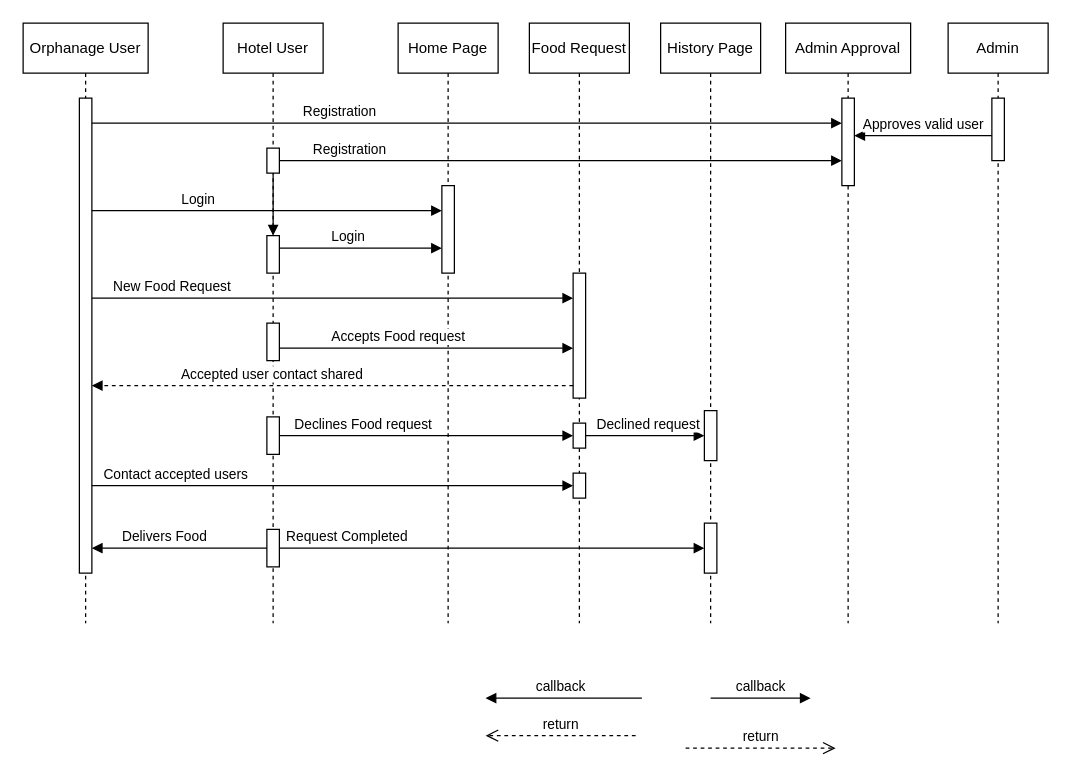
This is sequenceDiagram.drawio from Sriram-V-99/MCA-Project-, a draw.io file, before an edit. Source tidied: cells renumbered, new cells numbered last; positions are measured from the earlier drawing's top-left corner, leaving out a move shared by most shapes. Both pictures are drawn from the tidied source at 125%, with x=0, y=0 at pixel (22, 22).
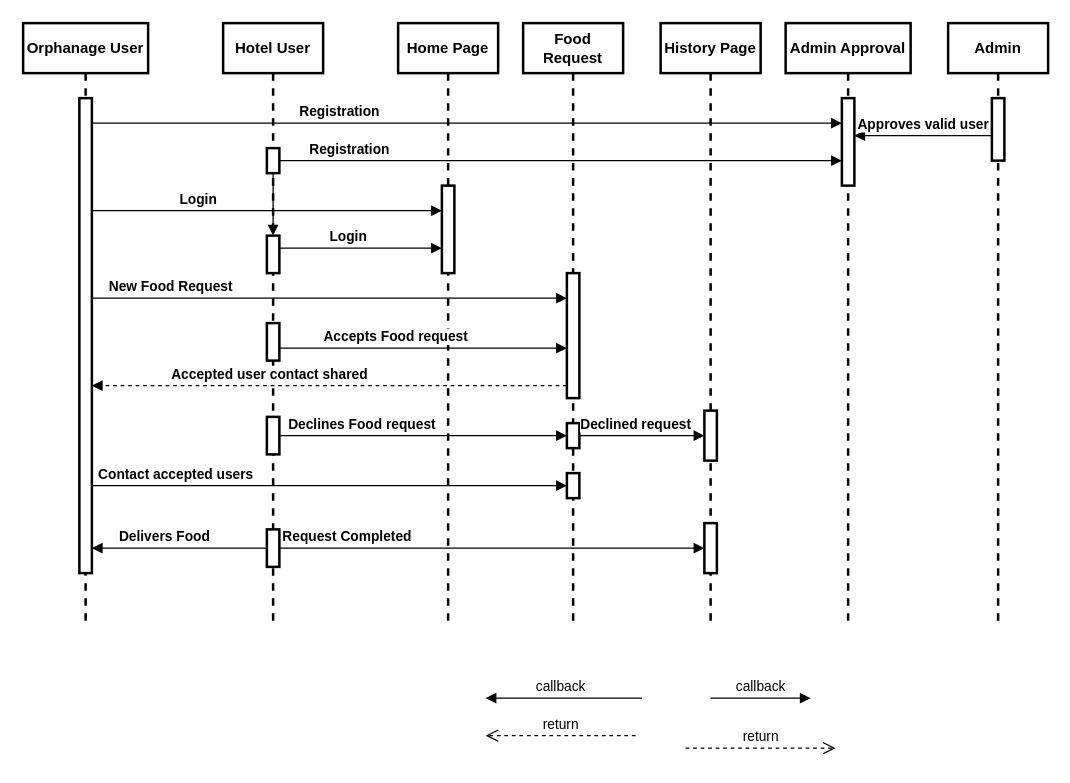
The same page after the edit.

The edit, as a diff of the source:
```diff
@@
-    <mxCell id="2" value="Registration" style="html=1;verticalAlign=bottom;endArrow=block;edgeStyle=elbowEdgeStyle;elbow=vertical;curved=0;rounded=0;" parent="1" edge="1" source="6" target="25">
+    <mxCell id="2" value="&lt;b&gt;Registration&lt;/b&gt;" style="html=1;verticalAlign=bottom;endArrow=block;edgeStyle=elbowEdgeStyle;elbow=vertical;curved=0;rounded=0;" parent="1" edge="1" source="6" target="25">
       <mxGeometry x="-0.75" relative="1" as="geometry" />
     </mxCell>
-    <mxCell id="3" value="Orphanage User" style="shape=umlLifeline;perimeter=lifelinePerimeter;whiteSpace=wrap;html=1;newEdgeStyle={&quot;edgeStyle&quot;:&quot;elbowEdgeStyle&quot;,&quot;elbow&quot;:&quot;vertical&quot;,&quot;curved&quot;:0,&quot;rounded&quot;:0};" parent="1" vertex="1">
+    <mxCell id="3" value="&lt;b&gt;Orphanage User&lt;/b&gt;" style="shape=umlLifeline;perimeter=lifelinePerimeter;whiteSpace=wrap;html=1;newEdgeStyle={&quot;edgeStyle&quot;:&quot;elbowEdgeStyle&quot;,&quot;elbow&quot;:&quot;vertical&quot;,&quot;curved&quot;:0,&quot;rounded&quot;:0};strokeWidth=2;" parent="1" vertex="1">
       <mxGeometry width="100" height="480" as="geometry" />
     </mxCell>
-    <mxCell id="4" style="html=1;points=[];perimeter=orthogonalPerimeter;outlineConnect=0;targetShapes=umlLifeline;portConstraint=eastwest;newEdgeStyle={&quot;edgeStyle&quot;:&quot;elbowEdgeStyle&quot;,&quot;elbow&quot;:&quot;vertical&quot;,&quot;curved&quot;:0,&quot;rounded&quot;:0};" parent="3" vertex="1">
+    <mxCell id="4" style="html=1;points=[];perimeter=orthogonalPerimeter;outlineConnect=0;targetShapes=umlLifeline;portConstraint=eastwest;newEdgeStyle={&quot;edgeStyle&quot;:&quot;elbowEdgeStyle&quot;,&quot;elbow&quot;:&quot;vertical&quot;,&quot;curved&quot;:0,&quot;rounded&quot;:0};strokeWidth=2;" parent="3" vertex="1">
       <mxGeometry x="45" y="60" width="10" height="380" as="geometry" />
     </mxCell>
-    <mxCell id="5" value="Hotel User" style="shape=umlLifeline;perimeter=lifelinePerimeter;whiteSpace=wrap;html=1;newEdgeStyle={&quot;edgeStyle&quot;:&quot;elbowEdgeStyle&quot;,&quot;elbow&quot;:&quot;vertical&quot;,&quot;curved&quot;:0,&quot;rounded&quot;:0};" parent="1" vertex="1">
+    <mxCell id="5" value="&lt;b&gt;Hotel User&lt;/b&gt;" style="shape=umlLifeline;perimeter=lifelinePerimeter;whiteSpace=wrap;html=1;newEdgeStyle={&quot;edgeStyle&quot;:&quot;elbowEdgeStyle&quot;,&quot;elbow&quot;:&quot;vertical&quot;,&quot;curved&quot;:0,&quot;rounded&quot;:0};strokeWidth=2;" parent="1" vertex="1">
       <mxGeometry x="160" width="80" height="480" as="geometry" />
     </mxCell>
-    <mxCell id="6" style="html=1;points=[];perimeter=orthogonalPerimeter;outlineConnect=0;targetShapes=umlLifeline;portConstraint=eastwest;newEdgeStyle={&quot;edgeStyle&quot;:&quot;elbowEdgeStyle&quot;,&quot;elbow&quot;:&quot;vertical&quot;,&quot;curved&quot;:0,&quot;rounded&quot;:0};" parent="5" vertex="1">
+    <mxCell id="6" style="html=1;points=[];perimeter=orthogonalPerimeter;outlineConnect=0;targetShapes=umlLifeline;portConstraint=eastwest;newEdgeStyle={&quot;edgeStyle&quot;:&quot;elbowEdgeStyle&quot;,&quot;elbow&quot;:&quot;vertical&quot;,&quot;curved&quot;:0,&quot;rounded&quot;:0};strokeWidth=2;" parent="5" vertex="1">
       <mxGeometry x="35" y="100" width="10" height="20" as="geometry" />
     </mxCell>
-    <mxCell id="7" style="html=1;points=[];perimeter=orthogonalPerimeter;outlineConnect=0;targetShapes=umlLifeline;portConstraint=eastwest;newEdgeStyle={&quot;edgeStyle&quot;:&quot;elbowEdgeStyle&quot;,&quot;elbow&quot;:&quot;vertical&quot;,&quot;curved&quot;:0,&quot;rounded&quot;:0};" parent="5" vertex="1">
+    <mxCell id="7" style="html=1;points=[];perimeter=orthogonalPerimeter;outlineConnect=0;targetShapes=umlLifeline;portConstraint=eastwest;newEdgeStyle={&quot;edgeStyle&quot;:&quot;elbowEdgeStyle&quot;,&quot;elbow&quot;:&quot;vertical&quot;,&quot;curved&quot;:0,&quot;rounded&quot;:0};strokeWidth=2;" parent="5" vertex="1">
       <mxGeometry x="35" y="405" width="10" height="30" as="geometry" />
     </mxCell>
-    <mxCell id="8" style="html=1;perimeter=orthogonalPerimeter;targetShapes=umlLifeline;newEdgeStyle={&quot;edgeStyle&quot;:&quot;elbowEdgeStyle&quot;,&quot;elbow&quot;:&quot;vertical&quot;,&quot;curved&quot;:0,&quot;rounded&quot;:0};" parent="5" vertex="1">
+    <mxCell id="8" style="html=1;perimeter=orthogonalPerimeter;targetShapes=umlLifeline;newEdgeStyle={&quot;edgeStyle&quot;:&quot;elbowEdgeStyle&quot;,&quot;elbow&quot;:&quot;vertical&quot;,&quot;curved&quot;:0,&quot;rounded&quot;:0};strokeWidth=2;" parent="5" vertex="1">
       <mxGeometry x="35" y="315" width="10" height="30" as="geometry" />
     </mxCell>
-    <mxCell id="9" style="html=1;perimeter=orthogonalPerimeter;targetShapes=umlLifeline;newEdgeStyle={&quot;edgeStyle&quot;:&quot;elbowEdgeStyle&quot;,&quot;elbow&quot;:&quot;vertical&quot;,&quot;curved&quot;:0,&quot;rounded&quot;:0};" parent="5" vertex="1">
+    <mxCell id="9" style="html=1;perimeter=orthogonalPerimeter;targetShapes=umlLifeline;newEdgeStyle={&quot;edgeStyle&quot;:&quot;elbowEdgeStyle&quot;,&quot;elbow&quot;:&quot;vertical&quot;,&quot;curved&quot;:0,&quot;rounded&quot;:0};strokeWidth=2;" parent="5" vertex="1">
       <mxGeometry x="35" y="240" width="10" height="30" as="geometry" />
     </mxCell>
-    <mxCell id="10" style="html=1;points=[];perimeter=orthogonalPerimeter;outlineConnect=0;targetShapes=umlLifeline;portConstraint=eastwest;newEdgeStyle={&quot;edgeStyle&quot;:&quot;elbowEdgeStyle&quot;,&quot;elbow&quot;:&quot;vertical&quot;,&quot;curved&quot;:0,&quot;rounded&quot;:0};" parent="5" vertex="1">
+    <mxCell id="10" style="html=1;points=[];perimeter=orthogonalPerimeter;outlineConnect=0;targetShapes=umlLifeline;portConstraint=eastwest;newEdgeStyle={&quot;edgeStyle&quot;:&quot;elbowEdgeStyle&quot;,&quot;elbow&quot;:&quot;vertical&quot;,&quot;curved&quot;:0,&quot;rounded&quot;:0};strokeWidth=2;" parent="5" vertex="1">
       <mxGeometry x="35" y="170" width="10" height="30" as="geometry" />
     </mxCell>
@@
-    <mxCell id="15" value="Admin" style="shape=umlLifeline;perimeter=lifelinePerimeter;whiteSpace=wrap;html=1;newEdgeStyle={&quot;edgeStyle&quot;:&quot;elbowEdgeStyle&quot;,&quot;elbow&quot;:&quot;vertical&quot;,&quot;curved&quot;:0,&quot;rounded&quot;:0};" parent="1" vertex="1">
+    <mxCell id="15" value="&lt;b&gt;Admin&lt;/b&gt;" style="shape=umlLifeline;perimeter=lifelinePerimeter;whiteSpace=wrap;html=1;newEdgeStyle={&quot;edgeStyle&quot;:&quot;elbowEdgeStyle&quot;,&quot;elbow&quot;:&quot;vertical&quot;,&quot;curved&quot;:0,&quot;rounded&quot;:0};strokeWidth=2;" parent="1" vertex="1">
       <mxGeometry x="740" width="80" height="480" as="geometry" />
     </mxCell>
-    <mxCell id="16" style="html=1;points=[];perimeter=orthogonalPerimeter;outlineConnect=0;targetShapes=umlLifeline;portConstraint=eastwest;newEdgeStyle={&quot;edgeStyle&quot;:&quot;elbowEdgeStyle&quot;,&quot;elbow&quot;:&quot;vertical&quot;,&quot;curved&quot;:0,&quot;rounded&quot;:0};" parent="15" vertex="1">
+    <mxCell id="16" style="html=1;points=[];perimeter=orthogonalPerimeter;outlineConnect=0;targetShapes=umlLifeline;portConstraint=eastwest;newEdgeStyle={&quot;edgeStyle&quot;:&quot;elbowEdgeStyle&quot;,&quot;elbow&quot;:&quot;vertical&quot;,&quot;curved&quot;:0,&quot;rounded&quot;:0};strokeWidth=2;" parent="15" vertex="1">
       <mxGeometry x="35" y="60" width="10" height="50" as="geometry" />
     </mxCell>
-    <mxCell id="17" value="Food Request" style="shape=umlLifeline;perimeter=lifelinePerimeter;whiteSpace=wrap;html=1;newEdgeStyle={&quot;edgeStyle&quot;:&quot;elbowEdgeStyle&quot;,&quot;elbow&quot;:&quot;vertical&quot;,&quot;curved&quot;:0,&quot;rounded&quot;:0};" parent="1" vertex="1">
-      <mxGeometry x="405" width="80" height="480" as="geometry" />
+    <mxCell id="17" value="&lt;b&gt;Food Request&lt;/b&gt;" style="shape=umlLifeline;perimeter=lifelinePerimeter;whiteSpace=wrap;html=1;newEdgeStyle={&quot;edgeStyle&quot;:&quot;elbowEdgeStyle&quot;,&quot;elbow&quot;:&quot;vertical&quot;,&quot;curved&quot;:0,&quot;rounded&quot;:0};strokeWidth=2;" parent="1" vertex="1">
+      <mxGeometry x="400" width="80" height="480" as="geometry" />
     </mxCell>
-    <mxCell id="18" style="html=1;points=[];perimeter=orthogonalPerimeter;outlineConnect=0;targetShapes=umlLifeline;portConstraint=eastwest;newEdgeStyle={&quot;edgeStyle&quot;:&quot;elbowEdgeStyle&quot;,&quot;elbow&quot;:&quot;vertical&quot;,&quot;curved&quot;:0,&quot;rounded&quot;:0};" parent="17" vertex="1">
+    <mxCell id="18" style="html=1;points=[];perimeter=orthogonalPerimeter;outlineConnect=0;targetShapes=umlLifeline;portConstraint=eastwest;newEdgeStyle={&quot;edgeStyle&quot;:&quot;elbowEdgeStyle&quot;,&quot;elbow&quot;:&quot;vertical&quot;,&quot;curved&quot;:0,&quot;rounded&quot;:0};strokeWidth=2;" parent="17" vertex="1">
       <mxGeometry x="35" y="200" width="10" height="100" as="geometry" />
     </mxCell>
-    <mxCell id="19" style="html=1;points=[];perimeter=orthogonalPerimeter;outlineConnect=0;targetShapes=umlLifeline;portConstraint=eastwest;newEdgeStyle={&quot;edgeStyle&quot;:&quot;elbowEdgeStyle&quot;,&quot;elbow&quot;:&quot;vertical&quot;,&quot;curved&quot;:0,&quot;rounded&quot;:0};" parent="17" vertex="1">
+    <mxCell id="19" style="html=1;points=[];perimeter=orthogonalPerimeter;outlineConnect=0;targetShapes=umlLifeline;portConstraint=eastwest;newEdgeStyle={&quot;edgeStyle&quot;:&quot;elbowEdgeStyle&quot;,&quot;elbow&quot;:&quot;vertical&quot;,&quot;curved&quot;:0,&quot;rounded&quot;:0};strokeWidth=2;" parent="17" vertex="1">
       <mxGeometry x="35" y="320" width="10" height="20" as="geometry" />
     </mxCell>
-    <mxCell id="20" style="html=1;points=[];perimeter=orthogonalPerimeter;outlineConnect=0;targetShapes=umlLifeline;portConstraint=eastwest;newEdgeStyle={&quot;edgeStyle&quot;:&quot;elbowEdgeStyle&quot;,&quot;elbow&quot;:&quot;vertical&quot;,&quot;curved&quot;:0,&quot;rounded&quot;:0};" parent="17" vertex="1">
+    <mxCell id="20" style="html=1;points=[];perimeter=orthogonalPerimeter;outlineConnect=0;targetShapes=umlLifeline;portConstraint=eastwest;newEdgeStyle={&quot;edgeStyle&quot;:&quot;elbowEdgeStyle&quot;,&quot;elbow&quot;:&quot;vertical&quot;,&quot;curved&quot;:0,&quot;rounded&quot;:0};strokeWidth=2;" parent="17" vertex="1">
       <mxGeometry x="35" y="360" width="10" height="20" as="geometry" />
     </mxCell>
-    <mxCell id="21" value="History Page" style="shape=umlLifeline;perimeter=lifelinePerimeter;whiteSpace=wrap;html=1;newEdgeStyle={&quot;edgeStyle&quot;:&quot;elbowEdgeStyle&quot;,&quot;elbow&quot;:&quot;vertical&quot;,&quot;curved&quot;:0,&quot;rounded&quot;:0};" parent="1" vertex="1">
+    <mxCell id="21" value="&lt;b&gt;History Page&lt;/b&gt;" style="shape=umlLifeline;perimeter=lifelinePerimeter;whiteSpace=wrap;html=1;newEdgeStyle={&quot;edgeStyle&quot;:&quot;elbowEdgeStyle&quot;,&quot;elbow&quot;:&quot;vertical&quot;,&quot;curved&quot;:0,&quot;rounded&quot;:0};strokeWidth=2;" parent="1" vertex="1">
       <mxGeometry x="510" width="80" height="480" as="geometry" />
     </mxCell>
-    <mxCell id="22" style="html=1;perimeter=orthogonalPerimeter;targetShapes=umlLifeline;newEdgeStyle={&quot;edgeStyle&quot;:&quot;elbowEdgeStyle&quot;,&quot;elbow&quot;:&quot;vertical&quot;,&quot;curved&quot;:0,&quot;rounded&quot;:0};" parent="21" vertex="1">
+    <mxCell id="22" style="html=1;perimeter=orthogonalPerimeter;targetShapes=umlLifeline;newEdgeStyle={&quot;edgeStyle&quot;:&quot;elbowEdgeStyle&quot;,&quot;elbow&quot;:&quot;vertical&quot;,&quot;curved&quot;:0,&quot;rounded&quot;:0};strokeWidth=2;" parent="21" vertex="1">
       <mxGeometry x="35" y="310" width="10" height="40" as="geometry" />
     </mxCell>
-    <mxCell id="23" style="html=1;points=[];perimeter=orthogonalPerimeter;outlineConnect=0;targetShapes=umlLifeline;portConstraint=eastwest;newEdgeStyle={&quot;edgeStyle&quot;:&quot;elbowEdgeStyle&quot;,&quot;elbow&quot;:&quot;vertical&quot;,&quot;curved&quot;:0,&quot;rounded&quot;:0};" parent="21" vertex="1">
+    <mxCell id="23" style="html=1;points=[];perimeter=orthogonalPerimeter;outlineConnect=0;targetShapes=umlLifeline;portConstraint=eastwest;newEdgeStyle={&quot;edgeStyle&quot;:&quot;elbowEdgeStyle&quot;,&quot;elbow&quot;:&quot;vertical&quot;,&quot;curved&quot;:0,&quot;rounded&quot;:0};strokeWidth=2;" parent="21" vertex="1">
       <mxGeometry x="35" y="400" width="10" height="40" as="geometry" />
     </mxCell>
-    <mxCell id="24" value="Admin Approval" style="shape=umlLifeline;perimeter=lifelinePerimeter;whiteSpace=wrap;html=1;newEdgeStyle={&quot;edgeStyle&quot;:&quot;elbowEdgeStyle&quot;,&quot;elbow&quot;:&quot;vertical&quot;,&quot;curved&quot;:0,&quot;rounded&quot;:0};" parent="1" vertex="1">
+    <mxCell id="24" value="&lt;b&gt;Admin Approval&lt;/b&gt;" style="shape=umlLifeline;perimeter=lifelinePerimeter;whiteSpace=wrap;html=1;newEdgeStyle={&quot;edgeStyle&quot;:&quot;elbowEdgeStyle&quot;,&quot;elbow&quot;:&quot;vertical&quot;,&quot;curved&quot;:0,&quot;rounded&quot;:0};strokeWidth=2;" parent="1" vertex="1">
       <mxGeometry x="610" width="100" height="480" as="geometry" />
     </mxCell>
-    <mxCell id="25" style="html=1;points=[];perimeter=orthogonalPerimeter;outlineConnect=0;targetShapes=umlLifeline;portConstraint=eastwest;newEdgeStyle={&quot;edgeStyle&quot;:&quot;elbowEdgeStyle&quot;,&quot;elbow&quot;:&quot;vertical&quot;,&quot;curved&quot;:0,&quot;rounded&quot;:0};" parent="24" vertex="1">
+    <mxCell id="25" style="html=1;points=[];perimeter=orthogonalPerimeter;outlineConnect=0;targetShapes=umlLifeline;portConstraint=eastwest;newEdgeStyle={&quot;edgeStyle&quot;:&quot;elbowEdgeStyle&quot;,&quot;elbow&quot;:&quot;vertical&quot;,&quot;curved&quot;:0,&quot;rounded&quot;:0};strokeWidth=2;" parent="24" vertex="1">
       <mxGeometry x="45" y="60" width="10" height="70" as="geometry" />
     </mxCell>
-    <mxCell id="26" value="Approves valid user" style="html=1;verticalAlign=bottom;endArrow=block;edgeStyle=elbowEdgeStyle;elbow=vertical;curved=0;rounded=0;" parent="1" edge="1" source="16" target="25">
+    <mxCell id="26" value="&lt;b&gt;Approves valid user&lt;/b&gt;" style="html=1;verticalAlign=bottom;endArrow=block;edgeStyle=elbowEdgeStyle;elbow=vertical;curved=0;rounded=0;" parent="1" edge="1" source="16" target="25">
       <mxGeometry relative="1" as="geometry">
         <Array as="points">
           <mxPoint x="730" y="90" />
         </Array>
       </mxGeometry>
     </mxCell>
@@
-    <mxCell id="28" value="Home Page" style="shape=umlLifeline;perimeter=lifelinePerimeter;whiteSpace=wrap;html=1;newEdgeStyle={&quot;edgeStyle&quot;:&quot;elbowEdgeStyle&quot;,&quot;elbow&quot;:&quot;vertical&quot;,&quot;curved&quot;:0,&quot;rounded&quot;:0};" parent="1" vertex="1">
+    <mxCell id="28" value="&lt;b&gt;Home Page&lt;/b&gt;" style="shape=umlLifeline;perimeter=lifelinePerimeter;whiteSpace=wrap;html=1;newEdgeStyle={&quot;edgeStyle&quot;:&quot;elbowEdgeStyle&quot;,&quot;elbow&quot;:&quot;vertical&quot;,&quot;curved&quot;:0,&quot;rounded&quot;:0};strokeWidth=2;" parent="1" vertex="1">
       <mxGeometry x="300" width="80" height="480" as="geometry" />
     </mxCell>
-    <mxCell id="29" style="html=1;perimeter=orthogonalPerimeter;targetShapes=umlLifeline;newEdgeStyle={&quot;edgeStyle&quot;:&quot;elbowEdgeStyle&quot;,&quot;elbow&quot;:&quot;vertical&quot;,&quot;curved&quot;:0,&quot;rounded&quot;:0};" parent="28" vertex="1">
+    <mxCell id="29" style="html=1;perimeter=orthogonalPerimeter;targetShapes=umlLifeline;newEdgeStyle={&quot;edgeStyle&quot;:&quot;elbowEdgeStyle&quot;,&quot;elbow&quot;:&quot;vertical&quot;,&quot;curved&quot;:0,&quot;rounded&quot;:0};strokeWidth=2;" parent="28" vertex="1">
       <mxGeometry x="35" y="130" width="10" height="70" as="geometry" />
     </mxCell>
-    <mxCell id="30" value="Login" style="html=1;verticalAlign=bottom;endArrow=block;edgeStyle=elbowEdgeStyle;elbow=vertical;curved=0;rounded=0;" parent="1" edge="1" source="10">
+    <mxCell id="30" value="&lt;b&gt;Login&lt;/b&gt;" style="html=1;verticalAlign=bottom;endArrow=block;edgeStyle=elbowEdgeStyle;elbow=vertical;curved=0;rounded=0;" parent="1" edge="1" source="10">
       <mxGeometry x="-0.15" relative="1" as="geometry">
         <mxPoint x="335" y="180" as="targetPoint" />
         <Array as="points">
           <mxPoint x="230" y="180" />
         </Array>
       </mxGeometry>
     </mxCell>
-    <mxCell id="31" value="Accepts Food request" style="html=1;verticalAlign=bottom;endArrow=block;edgeStyle=elbowEdgeStyle;elbow=vertical;curved=0;rounded=0;" parent="1" edge="1">
+    <mxCell id="31" value="&lt;b&gt;Accepts Food request&lt;/b&gt;" style="html=1;verticalAlign=bottom;endArrow=block;edgeStyle=elbowEdgeStyle;elbow=vertical;curved=0;rounded=0;" parent="1" edge="1" target="18">
       <mxGeometry x="-0.19" relative="1" as="geometry">
         <mxPoint x="205" y="260" as="sourcePoint" />
-        <mxPoint x="440" y="260" as="targetPoint" />
         <Array as="points">
           <mxPoint x="360" y="260" />
         </Array>
       </mxGeometry>
     </mxCell>
-    <mxCell id="32" value="Declines Food request" style="html=1;verticalAlign=bottom;endArrow=block;edgeStyle=elbowEdgeStyle;elbow=vertical;curved=0;rounded=0;" parent="1" edge="1">
+    <mxCell id="32" value="&lt;b&gt;Declines Food request&lt;/b&gt;" style="html=1;verticalAlign=bottom;endArrow=block;edgeStyle=elbowEdgeStyle;elbow=vertical;curved=0;rounded=0;" parent="1" edge="1" target="19">
       <mxGeometry x="-0.43" relative="1" as="geometry">
         <mxPoint x="205" y="330" as="sourcePoint" />
-        <mxPoint x="440" y="330" as="targetPoint" />
         <Array as="points">
           <mxPoint x="350" y="330" />
         </Array>
       </mxGeometry>
     </mxCell>
-    <mxCell id="33" value="Declined request" style="html=1;verticalAlign=bottom;endArrow=block;edgeStyle=elbowEdgeStyle;elbow=vertical;curved=0;rounded=0;" parent="1" edge="1">
-      <mxGeometry x="0.05" relative="1" as="geometry">
-        <mxPoint x="450" y="330" as="sourcePoint" />
+    <mxCell id="33" value="&lt;b&gt;Declined request&lt;/b&gt;" style="html=1;verticalAlign=bottom;endArrow=block;edgeStyle=elbowEdgeStyle;elbow=vertical;curved=0;rounded=0;" parent="1" edge="1" source="19">
+      <mxGeometry x="-0.1" relative="1" as="geometry">
         <mxPoint x="545" y="330" as="targetPoint" />
-        <Array as="points">
-          <mxPoint x="490" y="330" />
-        </Array>
       </mxGeometry>
     </mxCell>
-    <mxCell id="34" value="Delivers Food" style="html=1;verticalAlign=bottom;endArrow=block;edgeStyle=elbowEdgeStyle;elbow=vertical;curved=0;rounded=0;" parent="1" edge="1" source="7" target="4">
+    <mxCell id="34" value="&lt;b&gt;Delivers Food&lt;/b&gt;" style="html=1;verticalAlign=bottom;endArrow=block;edgeStyle=elbowEdgeStyle;elbow=vertical;curved=0;rounded=0;" parent="1" edge="1" source="7" target="4">
       <mxGeometry x="0.17" relative="1" as="geometry">
         <Array as="points">
           <mxPoint x="135" y="420" />
         </Array>
       </mxGeometry>
     </mxCell>
-    <mxCell id="35" value="Request Completed" style="html=1;verticalAlign=bottom;endArrow=block;edgeStyle=elbowEdgeStyle;elbow=vertical;curved=0;rounded=0;" parent="1" edge="1" source="7" target="23">
+    <mxCell id="35" value="&lt;b&gt;Request Completed&lt;/b&gt;" style="html=1;verticalAlign=bottom;endArrow=block;edgeStyle=elbowEdgeStyle;elbow=vertical;curved=0;rounded=0;" parent="1" edge="1" source="7" target="23">
       <mxGeometry x="-0.68" relative="1" as="geometry">
         <Array as="points">
           <mxPoint x="390" y="420" />
         </Array>
       </mxGeometry>
     </mxCell>
-    <mxCell id="36" value="Registration" style="html=1;verticalAlign=bottom;endArrow=block;edgeStyle=elbowEdgeStyle;elbow=vertical;curved=0;rounded=0;" parent="1" edge="1" source="4" target="25">
+    <mxCell id="36" value="&lt;b&gt;Registration&lt;/b&gt;" style="html=1;verticalAlign=bottom;endArrow=block;edgeStyle=elbowEdgeStyle;elbow=vertical;curved=0;rounded=0;" parent="1" edge="1" source="4" target="25">
       <mxGeometry x="-0.34" relative="1" as="geometry">
         <Array as="points">
           <mxPoint x="157.8" y="80" />
         </Array>
       </mxGeometry>
     </mxCell>
-    <mxCell id="37" value="Login" style="html=1;verticalAlign=bottom;endArrow=block;edgeStyle=elbowEdgeStyle;elbow=vertical;curved=0;rounded=0;" parent="1" edge="1">
+    <mxCell id="37" value="&lt;b&gt;Login&lt;/b&gt;" style="html=1;verticalAlign=bottom;endArrow=block;edgeStyle=elbowEdgeStyle;elbow=vertical;curved=0;rounded=0;" parent="1" edge="1">
       <mxGeometry x="-0.39" relative="1" as="geometry">
         <mxPoint x="55" y="150" as="sourcePoint" />
         <mxPoint x="335" y="150" as="targetPoint" />
         <Array as="points">
           <mxPoint x="125" y="150" />
         </Array>
       </mxGeometry>
     </mxCell>
-    <mxCell id="38" value="New Food Request" style="html=1;verticalAlign=bottom;endArrow=block;edgeStyle=elbowEdgeStyle;elbow=vertical;curved=0;rounded=0;" parent="1" edge="1">
+    <mxCell id="38" value="&lt;b&gt;New Food Request&lt;/b&gt;" style="html=1;verticalAlign=bottom;endArrow=block;edgeStyle=elbowEdgeStyle;elbow=vertical;curved=0;rounded=0;" parent="1" edge="1" target="18">
       <mxGeometry x="-0.67" relative="1" as="geometry">
         <mxPoint x="55" y="220" as="sourcePoint" />
-        <mxPoint x="440" y="220" as="targetPoint" />
         <Array as="points">
           <mxPoint x="125" y="220" />
         </Array>
       </mxGeometry>
     </mxCell>
-    <mxCell id="39" value="Contact accepted users" style="html=1;verticalAlign=bottom;endArrow=block;edgeStyle=elbowEdgeStyle;elbow=vertical;curved=0;rounded=0;" parent="1" edge="1">
+    <mxCell id="39" value="&lt;b&gt;Contact accepted users&lt;/b&gt;" style="html=1;verticalAlign=bottom;endArrow=block;edgeStyle=elbowEdgeStyle;elbow=horizontal;curved=0;rounded=0;" parent="1" edge="1" target="20">
       <mxGeometry x="-0.65" relative="1" as="geometry">
         <mxPoint x="55" y="370" as="sourcePoint" />
-        <mxPoint x="440" y="370" as="targetPoint" />
         <Array as="points">
           <mxPoint x="130" y="370" />
         </Array>
       </mxGeometry>
     </mxCell>
-    <mxCell id="40" value="Accepted user contact shared" style="html=1;verticalAlign=bottom;endArrow=block;edgeStyle=elbowEdgeStyle;elbow=vertical;curved=0;rounded=0;dashed=1;" parent="1" edge="1">
+    <mxCell id="40" value="&lt;b&gt;Accepted user contact shared&lt;/b&gt;" style="html=1;verticalAlign=bottom;endArrow=block;edgeStyle=elbowEdgeStyle;elbow=vertical;curved=0;rounded=0;dashed=1;" parent="1" edge="1" source="18">
       <mxGeometry x="0.25" relative="1" as="geometry">
-        <mxPoint x="440" y="290" as="sourcePoint" />
         <mxPoint x="55" y="290" as="targetPoint" />
         <Array as="points">
           <mxPoint x="160" y="290" />
         </Array>
       </mxGeometry>
     </mxCell>
```
